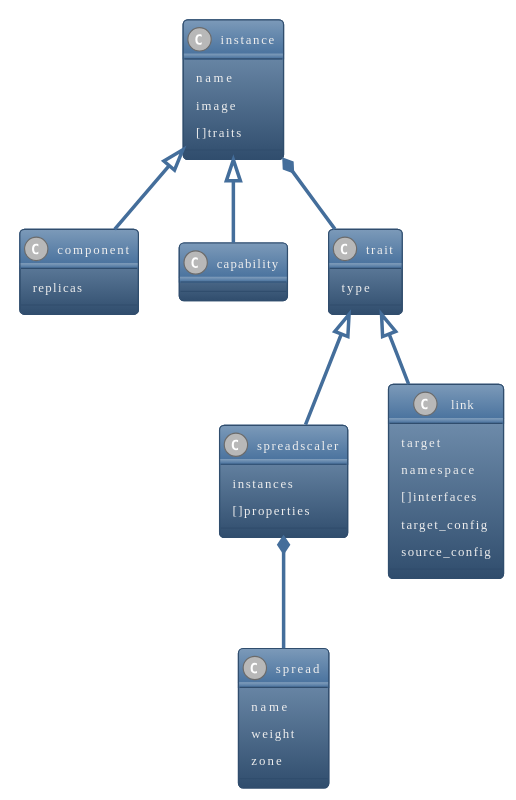
This is images/diagram.svg from gandalf-the-white/togusa, a PlantUML export, as it was before one commit.
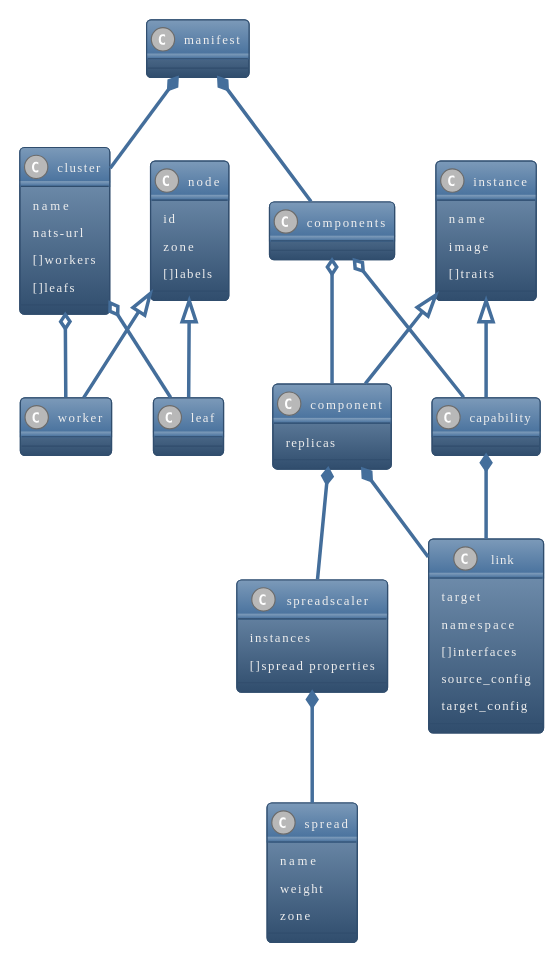
After the change.

The edit, as a diff of the source:
```diff
@@ -1,25 +1,46 @@
 @startuml
 !theme spacelab
 scale 0.8
+manifest *-- cluster
+manifest *-- components
+components o-- component
+components o-- capability
 instance <|-- component
 instance <|-- capability
-instance *-- trait
-trait <|-- spreadscaler
-trait <|-- link
+component *-- spreadscaler
+component *-- link
+capability *-- link
 spreadscaler *-- spread
+node <|-- worker
+node <|-- leaf
+cluster o-- worker
+cluster o-- leaf
+
+node : id
+node : zone
+node : []labels
+
+cluster : name
+cluster : nats-url
+cluster : []workers
+cluster : []leafs
+
 instance : name
 instance : image
 instance : []traits
-trait : type
+
+component : replicas
+
+spreadscaler : instances
+spreadscaler : []spread properties
+
 spread : name
 spread : weight
 spread : zone
-component : replicas
-spreadscaler : instances
-spreadscaler : []properties
+
 link : target
 link : namespace
 link : []interfaces
+link : source_config
 link : target_config
-link : source_config
 @enduml
```
